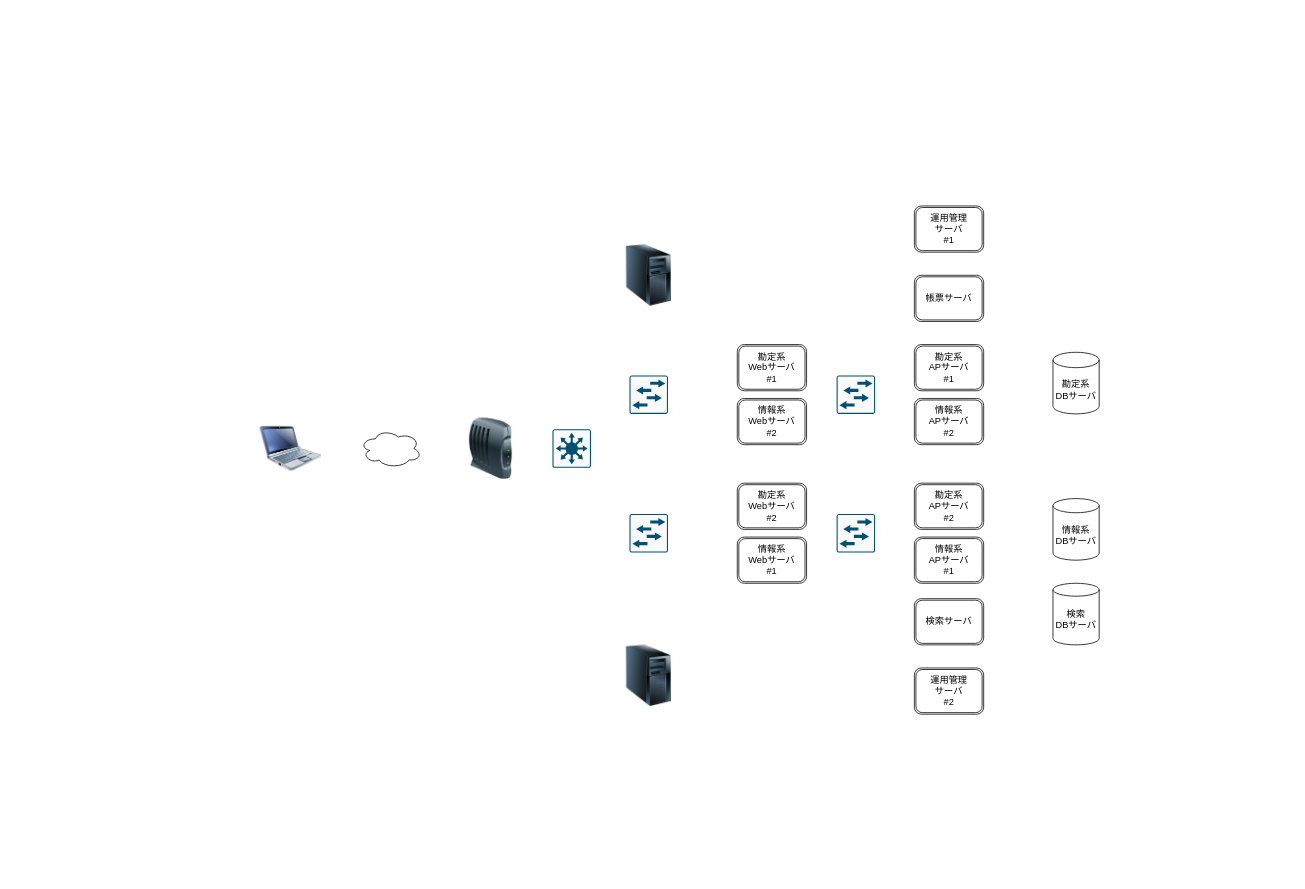
Before: knjo-info-system.drawio in shunikd/sandbox, a draw.io diagram. Source tidied: cells renumbered, new cells numbered last; positions are measured from the earlier drawing's top-left corner, leaving out a move shared by most shapes. Both pictures are drawn from the tidied source at 77%, with x=0, y=0 at pixel (259, 206).
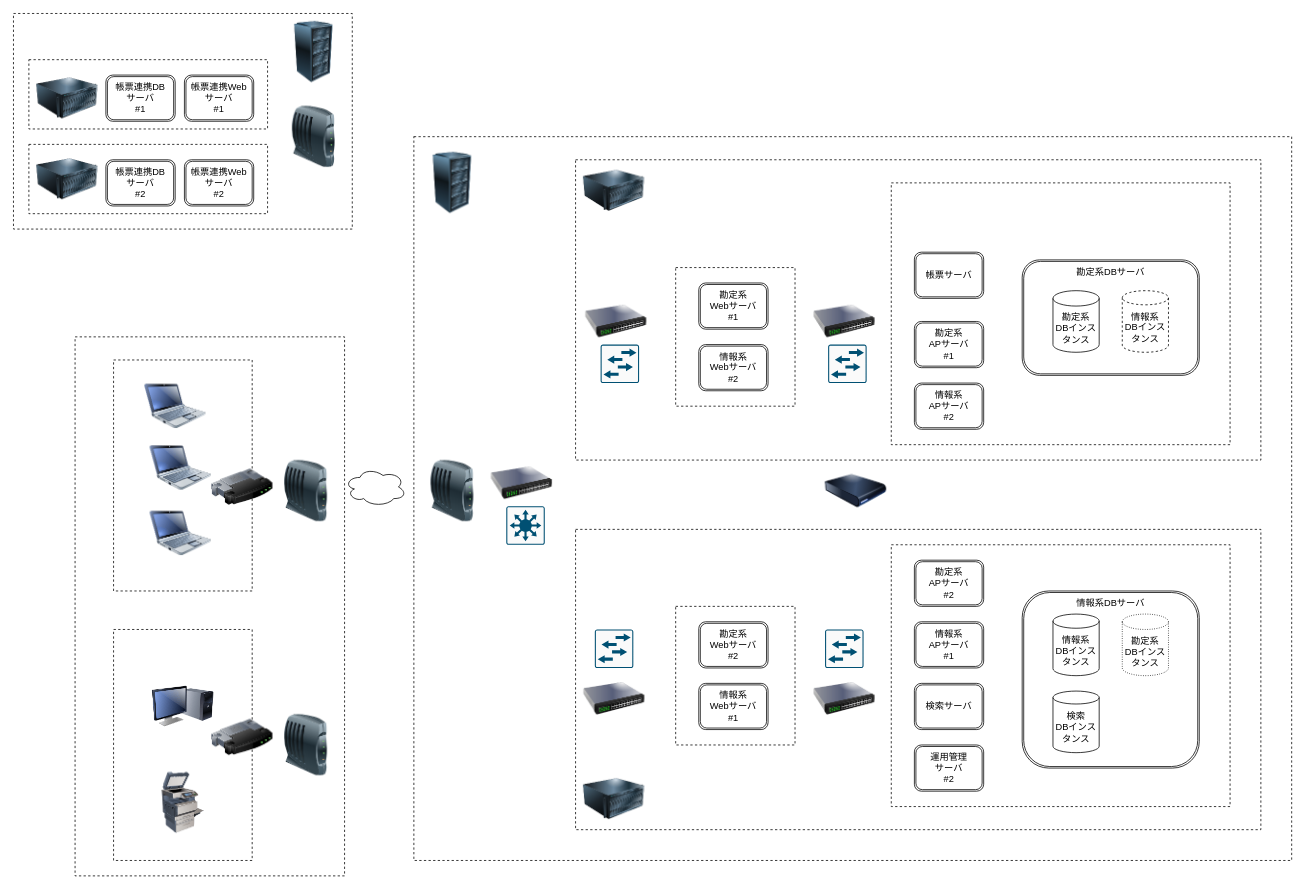
Above is the later version.

Commit message (it also covers changes not shown here):
knjo-info-system.drawio を更新します

Change to the diagram source:
```diff
@@
+    <mxCell id="27" style="rounded=0;whiteSpace=wrap;html=1;dashed=1;fillColor=none;" parent="1" vertex="1">
+      <mxGeometry x="-300" y="-80" width="310" height="90" as="geometry" />
+    </mxCell>
+    <mxCell id="28" style="rounded=0;whiteSpace=wrap;html=1;dashed=1;fillColor=none;" parent="1" vertex="1">
+      <mxGeometry x="-320" y="-250" width="440" height="280" as="geometry" />
+    </mxCell>
+    <mxCell id="29" style="rounded=0;whiteSpace=wrap;html=1;dashed=1;fillColor=none;" parent="1" vertex="1">
+      <mxGeometry x="-300" y="-190" width="310" height="90" as="geometry" />
+    </mxCell>
+    <mxCell id="30" style="rounded=0;whiteSpace=wrap;html=1;dashed=1;fillColor=none;" parent="1" vertex="1">
+      <mxGeometry x="-240" y="170" width="350" height="700" as="geometry" />
+    </mxCell>
+    <mxCell id="31" style="rounded=0;whiteSpace=wrap;html=1;dashed=1;fillColor=none;" parent="1" vertex="1">
+      <mxGeometry x="200" y="-90" width="1140" height="940" as="geometry" />
+    </mxCell>
+    <mxCell id="32" style="rounded=0;whiteSpace=wrap;html=1;dashed=1;fillColor=none;" parent="1" vertex="1">
+      <mxGeometry x="410" y="420" width="890" height="390" as="geometry" />
+    </mxCell>
+    <mxCell id="33" style="rounded=0;whiteSpace=wrap;html=1;dashed=1;fillColor=none;" parent="1" vertex="1">
+      <mxGeometry x="410" y="-60" width="890" height="390" as="geometry" />
+    </mxCell>
+    <mxCell id="34" style="rounded=0;whiteSpace=wrap;html=1;dashed=1;fillColor=none;" parent="1" vertex="1">
+      <mxGeometry x="-190" y="200" width="180" height="300" as="geometry" />
+    </mxCell>
+    <mxCell id="35" style="rounded=0;whiteSpace=wrap;html=1;dashed=1;fillColor=none;" parent="1" vertex="1">
+      <mxGeometry x="540" y="520" width="155" height="180" as="geometry" />
+    </mxCell>
+    <mxCell id="36" style="rounded=0;whiteSpace=wrap;html=1;dashed=1;fillColor=none;" parent="1" vertex="1">
+      <mxGeometry x="820" y="440" width="440" height="340" as="geometry" />
+    </mxCell>
+    <mxCell id="37" style="rounded=0;whiteSpace=wrap;html=1;dashed=1;fillColor=none;" parent="1" vertex="1">
+      <mxGeometry x="820" y="-30" width="440" height="340" as="geometry" />
+    </mxCell>
+    <mxCell id="38" style="rounded=0;whiteSpace=wrap;html=1;dashed=1;fillColor=none;" parent="1" vertex="1">
+      <mxGeometry x="540" y="80" width="155" height="180" as="geometry" />
+    </mxCell>
     <mxCell id="2" value="&lt;span&gt;情報系&lt;/span&gt;&lt;br&gt;&lt;span&gt;Webサーバ&lt;/span&gt;&lt;br&gt;&lt;span&gt;#1&lt;/span&gt;" style="shape=ext;double=1;rounded=1;whiteSpace=wrap;html=1;" parent="1" vertex="1">
-      <mxGeometry x="620" y="430" width="90" height="60" as="geometry" />
+      <mxGeometry x="570" y="620" width="90" height="60" as="geometry" />
     </mxCell>
     <mxCell id="3" style="image;html=1;image=img/lib/clip_art/computers/Netbook_128x128.png;" parent="1" vertex="1">
-      <mxGeometry y="275" width="80" height="80" as="geometry" />
+      <mxGeometry x="-150" y="220" width="80" height="80" as="geometry" />
     </mxCell>
-    <mxCell id="4" style="image;html=1;image=img/lib/clip_art/computers/Server_Tower_128x128.png;" parent="1" vertex="1">
-      <mxGeometry x="465" y="50" width="80" height="80" as="geometry" />
-    </mxCell>
     <mxCell id="5" value="&lt;span&gt;情報系&lt;/span&gt;&lt;br&gt;&lt;span&gt;Webサーバ&lt;/span&gt;&lt;br&gt;&lt;span&gt;#2&lt;/span&gt;" style="shape=ext;double=1;rounded=1;whiteSpace=wrap;html=1;" parent="1" vertex="1">
-      <mxGeometry x="620" y="250" width="90" height="60" as="geometry" />
+      <mxGeometry x="570" y="180" width="90" height="60" as="geometry" />
     </mxCell>
     <mxCell id="6" style="verticalLabelPosition=bottom;html=1;verticalAlign=top;align=center;shape=mxgraph.cisco19.rect;prIcon=l3_switch;fillColor=#FAFAFA;strokeColor=#005073;" parent="1" vertex="1">
-      <mxGeometry x="380" y="290" width="50" height="50" as="geometry" />
+      <mxGeometry x="320" y="390" width="50" height="50" as="geometry" />
     </mxCell>
     <mxCell id="7" style="verticalLabelPosition=bottom;html=1;verticalAlign=top;align=center;shape=mxgraph.cisco19.rect;prIcon=l2_switch;fillColor=#FAFAFA;strokeColor=#005073;" parent="1" vertex="1">
-      <mxGeometry x="480" y="220" width="50" height="50" as="geometry" />
+      <mxGeometry x="442.5" y="180" width="50" height="50" as="geometry" />
     </mxCell>
-    <mxCell id="8" value="勘定系&lt;br&gt;DBサーバ" style="shape=cylinder3;whiteSpace=wrap;html=1;boundedLbl=1;backgroundOutline=1;size=9.999984741210938;" parent="1" vertex="1">
-      <mxGeometry x="1030" y="190" width="60" height="80" as="geometry" />
-    </mxCell>
-    <mxCell id="9" value="情報系&lt;br&gt;DBサーバ" style="shape=cylinder3;whiteSpace=wrap;html=1;boundedLbl=1;backgroundOutline=1;size=9.199981689453125;" parent="1" vertex="1">
-      <mxGeometry x="1030" y="380" width="60" height="80" as="geometry" />
-    </mxCell>
     <mxCell id="10" value="検索サーバ" style="shape=ext;double=1;rounded=1;whiteSpace=wrap;html=1;" parent="1" vertex="1">
-      <mxGeometry x="850" y="510" width="90" height="60" as="geometry" />
+      <mxGeometry x="850" y="620" width="90" height="60" as="geometry" />
     </mxCell>
     <mxCell id="11" value="帳票サーバ" style="shape=ext;double=1;rounded=1;whiteSpace=wrap;html=1;" parent="1" vertex="1">
-      <mxGeometry x="850" y="90" width="90" height="60" as="geometry" />
+      <mxGeometry x="850" y="60" width="90" height="60" as="geometry" />
     </mxCell>
     <mxCell id="12" value="勘定系&lt;br&gt;Webサーバ&lt;br&gt;#1" style="shape=ext;double=1;rounded=1;whiteSpace=wrap;html=1;" parent="1" vertex="1">
-      <mxGeometry x="620" y="180" width="90" height="60" as="geometry" />
+      <mxGeometry x="570" y="100" width="90" height="60" as="geometry" />
     </mxCell>
     <mxCell id="13" value="&lt;span&gt;勘定系&lt;/span&gt;&lt;br&gt;&lt;span&gt;Webサーバ&lt;/span&gt;&lt;br&gt;&lt;span&gt;#2&lt;/span&gt;" style="shape=ext;double=1;rounded=1;whiteSpace=wrap;html=1;" parent="1" vertex="1">
-      <mxGeometry x="620" y="360" width="90" height="60" as="geometry" />
+      <mxGeometry x="570" y="540" width="90" height="60" as="geometry" />
     </mxCell>
-    <mxCell id="14" value="運用管理&lt;br&gt;サーバ&lt;br&gt;#1" style="shape=ext;double=1;rounded=1;whiteSpace=wrap;html=1;" parent="1" vertex="1">
-      <mxGeometry x="850" width="90" height="60" as="geometry" />
+    <mxCell id="14" value="帳票連携Webサーバ&lt;br&gt;#1" style="shape=ext;double=1;rounded=1;whiteSpace=wrap;html=1;" parent="1" vertex="1">
+      <mxGeometry x="-98" y="-170" width="90" height="60" as="geometry" />
     </mxCell>
-    <mxCell id="15" value="検索&lt;br&gt;DBサーバ" style="shape=cylinder3;whiteSpace=wrap;html=1;boundedLbl=1;backgroundOutline=1;size=8.399993896484375;" parent="1" vertex="1">
-      <mxGeometry x="1030" y="490" width="60" height="80" as="geometry" />
-    </mxCell>
     <mxCell id="16" value="運用管理&lt;br&gt;サーバ&lt;br&gt;#2" style="shape=ext;double=1;rounded=1;whiteSpace=wrap;html=1;" parent="1" vertex="1">
-      <mxGeometry x="850" y="600" width="90" height="60" as="geometry" />
+      <mxGeometry x="850" y="700" width="90" height="60" as="geometry" />
     </mxCell>
     <mxCell id="17" style="ellipse;shape=cloud;whiteSpace=wrap;html=1;" parent="1" vertex="1">
-      <mxGeometry x="130" y="290" width="80" height="50" as="geometry" />
+      <mxGeometry x="110" y="340" width="80" height="50" as="geometry" />
     </mxCell>
     <mxCell id="18" style="verticalLabelPosition=bottom;html=1;verticalAlign=top;align=center;shape=mxgraph.cisco19.rect;prIcon=l2_switch;fillColor=#FAFAFA;strokeColor=#005073;" parent="1" vertex="1">
-      <mxGeometry x="480" y="400" width="50" height="50" as="geometry" />
+      <mxGeometry x="435" y="550" width="50" height="50" as="geometry" />
     </mxCell>
-    <mxCell id="19" style="image;html=1;image=img/lib/clip_art/computers/Server_Tower_128x128.png;" parent="1" vertex="1">
-      <mxGeometry x="465" y="570" width="80" height="80" as="geometry" />
-    </mxCell>
     <mxCell id="20" value="勘定系&lt;br&gt;APサーバ&lt;br&gt;#1" style="shape=ext;double=1;rounded=1;whiteSpace=wrap;html=1;" parent="1" vertex="1">
-      <mxGeometry x="850" y="180" width="90" height="60" as="geometry" />
+      <mxGeometry x="850" y="150" width="90" height="60" as="geometry" />
     </mxCell>
     <mxCell id="21" value="&lt;span&gt;情報系&lt;/span&gt;&lt;br&gt;&lt;span&gt;APサーバ&lt;/span&gt;&lt;br&gt;&lt;span&gt;#1&lt;/span&gt;" style="shape=ext;double=1;rounded=1;whiteSpace=wrap;html=1;" parent="1" vertex="1">
-      <mxGeometry x="850" y="430" width="90" height="60" as="geometry" />
+      <mxGeometry x="850" y="540" width="90" height="60" as="geometry" />
     </mxCell>
     <mxCell id="22" value="&lt;span&gt;勘定系&lt;/span&gt;&lt;br&gt;&lt;span&gt;APサーバ&lt;/span&gt;&lt;br&gt;&lt;span&gt;#2&lt;/span&gt;" style="shape=ext;double=1;rounded=1;whiteSpace=wrap;html=1;" parent="1" vertex="1">
-      <mxGeometry x="850" y="360" width="90" height="60" as="geometry" />
+      <mxGeometry x="850" y="460" width="90" height="60" as="geometry" />
     </mxCell>
     <mxCell id="23" value="&lt;span&gt;情報系&lt;/span&gt;&lt;br&gt;&lt;span&gt;APサーバ&lt;/span&gt;&lt;br&gt;&lt;span&gt;#2&lt;/span&gt;" style="shape=ext;double=1;rounded=1;whiteSpace=wrap;html=1;" parent="1" vertex="1">
-      <mxGeometry x="850" y="250" width="90" height="60" as="geometry" />
+      <mxGeometry x="850" y="230" width="90" height="60" as="geometry" />
     </mxCell>
     <mxCell id="24" style="verticalLabelPosition=bottom;html=1;verticalAlign=top;align=center;shape=mxgraph.cisco19.rect;prIcon=l2_switch;fillColor=#FAFAFA;strokeColor=#005073;" parent="1" vertex="1">
-      <mxGeometry x="749" y="220" width="50" height="50" as="geometry" />
+      <mxGeometry x="738" y="180" width="50" height="50" as="geometry" />
     </mxCell>
     <mxCell id="25" style="verticalLabelPosition=bottom;html=1;verticalAlign=top;align=center;shape=mxgraph.cisco19.rect;prIcon=l2_switch;fillColor=#FAFAFA;strokeColor=#005073;" parent="1" vertex="1">
-      <mxGeometry x="749" y="400" width="50" height="50" as="geometry" />
+      <mxGeometry x="734" y="550" width="50" height="50" as="geometry" />
     </mxCell>
     <mxCell id="26" style="image;html=1;image=img/lib/clip_art/networking/Modem_128x128.png;" parent="1" vertex="1">
-      <mxGeometry x="260" y="275" width="80" height="80" as="geometry" />
+      <mxGeometry x="210" y="330" width="80" height="80" as="geometry" />
     </mxCell>
+    <mxCell id="39" value="勘定系DBサーバ" style="shape=ext;double=1;rounded=1;whiteSpace=wrap;html=1;verticalAlign=top;" parent="1" vertex="1">
+      <mxGeometry x="990" y="70" width="230" height="150" as="geometry" />
+    </mxCell>
+    <mxCell id="8" value="勘定系&lt;br&gt;DBインスタンス" style="shape=cylinder3;whiteSpace=wrap;html=1;boundedLbl=1;backgroundOutline=1;size=9.999984741210938;" parent="1" vertex="1">
+      <mxGeometry x="1030" y="110" width="60" height="80" as="geometry" />
+    </mxCell>
+    <mxCell id="40" value="情報系DBサーバ" style="shape=ext;double=1;rounded=1;whiteSpace=wrap;html=1;verticalAlign=top;" parent="1" vertex="1">
+      <mxGeometry x="990" y="500" width="230" height="230" as="geometry" />
+    </mxCell>
+    <mxCell id="9" value="情報系&lt;br&gt;DBインスタンス" style="shape=cylinder3;whiteSpace=wrap;html=1;boundedLbl=1;backgroundOutline=1;size=9.199981689453125;" parent="1" vertex="1">
+      <mxGeometry x="1030" y="530" width="60" height="80" as="geometry" />
+    </mxCell>
+    <mxCell id="15" value="検索&lt;br&gt;DBインスタンス" style="shape=cylinder3;whiteSpace=wrap;html=1;boundedLbl=1;backgroundOutline=1;size=8.399993896484375;" parent="1" vertex="1">
+      <mxGeometry x="1030" y="630" width="60" height="80" as="geometry" />
+    </mxCell>
+    <mxCell id="41" value="勘定系&lt;br&gt;DBインスタンス" style="shape=cylinder3;whiteSpace=wrap;html=1;boundedLbl=1;backgroundOutline=1;size=9.999984741210938;dashed=1;dashPattern=1 2;" parent="1" vertex="1">
+      <mxGeometry x="1120" y="530" width="60" height="80" as="geometry" />
+    </mxCell>
+    <mxCell id="42" value="情報系&lt;br&gt;DBインスタンス" style="shape=cylinder3;whiteSpace=wrap;html=1;boundedLbl=1;backgroundOutline=1;size=9.199981689453125;dashed=1;" parent="1" vertex="1">
+      <mxGeometry x="1120" y="110" width="60" height="80" as="geometry" />
+    </mxCell>
+    <mxCell id="43" style="image;html=1;image=img/lib/clip_art/networking/Switch_128x128.png;dashed=1;fillColor=none;" parent="1" vertex="1">
+      <mxGeometry x="422.5" y="110" width="80" height="80" as="geometry" />
+    </mxCell>
+    <mxCell id="44" style="image;html=1;image=img/lib/clip_art/networking/Switch_128x128.png;dashed=1;fillColor=none;" parent="1" vertex="1">
+      <mxGeometry x="420" y="600" width="80" height="80" as="geometry" />
+    </mxCell>
+    <mxCell id="45" style="image;html=1;image=img/lib/clip_art/networking/Switch_128x128.png;dashed=1;fillColor=none;" parent="1" vertex="1">
+      <mxGeometry x="300" y="320" width="80" height="80" as="geometry" />
+    </mxCell>
+    <mxCell id="46" style="image;html=1;image=img/lib/clip_art/networking/Switch_128x128.png;dashed=1;fillColor=none;" parent="1" vertex="1">
+      <mxGeometry x="719" y="110" width="80" height="80" as="geometry" />
+    </mxCell>
+    <mxCell id="47" style="image;html=1;image=img/lib/clip_art/networking/Switch_128x128.png;dashed=1;fillColor=none;" parent="1" vertex="1">
+      <mxGeometry x="719" y="600" width="80" height="80" as="geometry" />
+    </mxCell>
+    <mxCell id="48" style="image;html=1;image=img/lib/clip_art/computers/Netbook_128x128.png;" parent="1" vertex="1">
+      <mxGeometry x="-143" y="300" width="80" height="80" as="geometry" />
+    </mxCell>
+    <mxCell id="49" style="image;html=1;image=img/lib/clip_art/computers/Netbook_128x128.png;" parent="1" vertex="1">
+      <mxGeometry x="-143" y="385" width="80" height="80" as="geometry" />
+    </mxCell>
+    <mxCell id="50" style="image;html=1;image=img/lib/clip_art/computers/Server_128x128.png;dashed=1;fillColor=none;" parent="1" vertex="1">
+      <mxGeometry x="420" y="-60" width="80" height="80" as="geometry" />
+    </mxCell>
+    <mxCell id="51" style="image;html=1;image=img/lib/clip_art/computers/Server_128x128.png;dashed=1;fillColor=none;" parent="1" vertex="1">
+      <mxGeometry x="420" y="730" width="80" height="80" as="geometry" />
+    </mxCell>
+    <mxCell id="52" style="image;html=1;image=img/lib/clip_art/computers/Harddrive_128x128.png;dashed=1;fillColor=none;" parent="1" vertex="1">
+      <mxGeometry x="734" y="330" width="80" height="80" as="geometry" />
+    </mxCell>
+    <mxCell id="53" style="rounded=0;whiteSpace=wrap;html=1;dashed=1;fillColor=none;" parent="1" vertex="1">
+      <mxGeometry x="-190" y="550" width="180" height="300" as="geometry" />
+    </mxCell>
+    <mxCell id="54" style="image;html=1;image=img/lib/clip_art/computers/Monitor_Tower_128x128.png;dashed=1;fillColor=none;" parent="1" vertex="1">
+      <mxGeometry x="-140" y="610" width="80" height="80" as="geometry" />
+    </mxCell>
+    <mxCell id="55" style="image;html=1;image=img/lib/clip_art/computers/Printer_Commercial_128x128.png;dashed=1;fillColor=none;" parent="1" vertex="1">
+      <mxGeometry x="-140" y="735" width="80" height="80" as="geometry" />
+    </mxCell>
+    <mxCell id="56" style="image;html=1;image=img/lib/clip_art/networking/Modem_128x128.png;" parent="1" vertex="1">
+      <mxGeometry x="20" y="330" width="80" height="80" as="geometry" />
+    </mxCell>
+    <mxCell id="57" style="image;html=1;image=img/lib/clip_art/networking/Modem_128x128.png;" parent="1" vertex="1">
+      <mxGeometry x="20" y="660" width="80" height="80" as="geometry" />
+    </mxCell>
+    <mxCell id="58" style="image;html=1;image=img/lib/clip_art/computers/Server_Rack_128x128.png;dashed=1;fillColor=none;" parent="1" vertex="1">
+      <mxGeometry x="210" y="-70" width="80" height="80" as="geometry" />
+    </mxCell>
+    <mxCell id="59" style="image;html=1;image=img/lib/clip_art/networking/Router_128x128.png;dashed=1;fillColor=none;" parent="1" vertex="1">
+      <mxGeometry x="-63" y="325" width="80" height="80" as="geometry" />
+    </mxCell>
+    <mxCell id="60" style="image;html=1;image=img/lib/clip_art/networking/Router_128x128.png;dashed=1;fillColor=none;" parent="1" vertex="1">
+      <mxGeometry x="-63" y="650" width="80" height="80" as="geometry" />
+    </mxCell>
+    <mxCell id="61" style="image;html=1;image=img/lib/clip_art/networking/Modem_128x128.png;" parent="1" vertex="1">
+      <mxGeometry x="30" y="-130" width="80" height="80" as="geometry" />
+    </mxCell>
+    <mxCell id="62" value="帳票連携DB&lt;br&gt;サーバ&lt;br&gt;#1" style="shape=ext;double=1;rounded=1;whiteSpace=wrap;html=1;" parent="1" vertex="1">
+      <mxGeometry x="-200" y="-170" width="90" height="60" as="geometry" />
+    </mxCell>
+    <mxCell id="63" style="image;html=1;image=img/lib/clip_art/computers/Server_128x128.png;dashed=1;fillColor=none;" parent="1" vertex="1">
+      <mxGeometry x="-290" y="-180" width="80" height="80" as="geometry" />
+    </mxCell>
+    <mxCell id="64" style="image;html=1;image=img/lib/clip_art/computers/Server_Rack_128x128.png;dashed=1;fillColor=none;" parent="1" vertex="1">
+      <mxGeometry x="30" y="-240" width="80" height="80" as="geometry" />
+    </mxCell>
+    <mxCell id="65" value="帳票連携Webサーバ&lt;br&gt;#2" style="shape=ext;double=1;rounded=1;whiteSpace=wrap;html=1;" parent="1" vertex="1">
+      <mxGeometry x="-98" y="-60" width="90" height="60" as="geometry" />
+    </mxCell>
+    <mxCell id="66" value="帳票連携DB&lt;br&gt;サーバ&lt;br&gt;#2" style="shape=ext;double=1;rounded=1;whiteSpace=wrap;html=1;" parent="1" vertex="1">
+      <mxGeometry x="-200" y="-60" width="90" height="60" as="geometry" />
+    </mxCell>
+    <mxCell id="67" style="image;html=1;image=img/lib/clip_art/computers/Server_128x128.png;dashed=1;fillColor=none;" parent="1" vertex="1">
+      <mxGeometry x="-290" y="-75" width="80" height="80" as="geometry" />
+    </mxCell>
```
